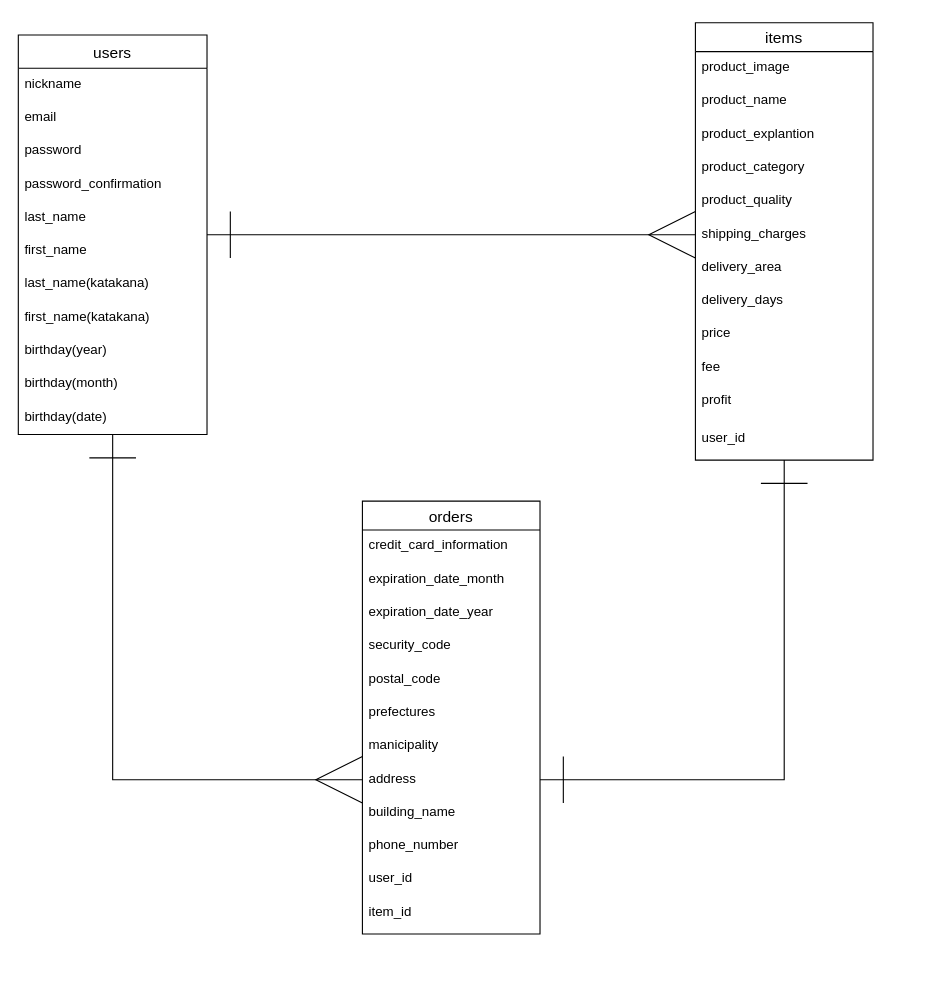
This is DB_design.dio from sam-19950315/furima-33376, a draw.io file, before an edit. Source tidied: cells renumbered, new cells numbered last; positions are measured from the earlier drawing's top-left corner, leaving out a move shared by most shapes. Both pictures are drawn from the tidied source at 111%, with x=0, y=0 at pixel (18, 22).
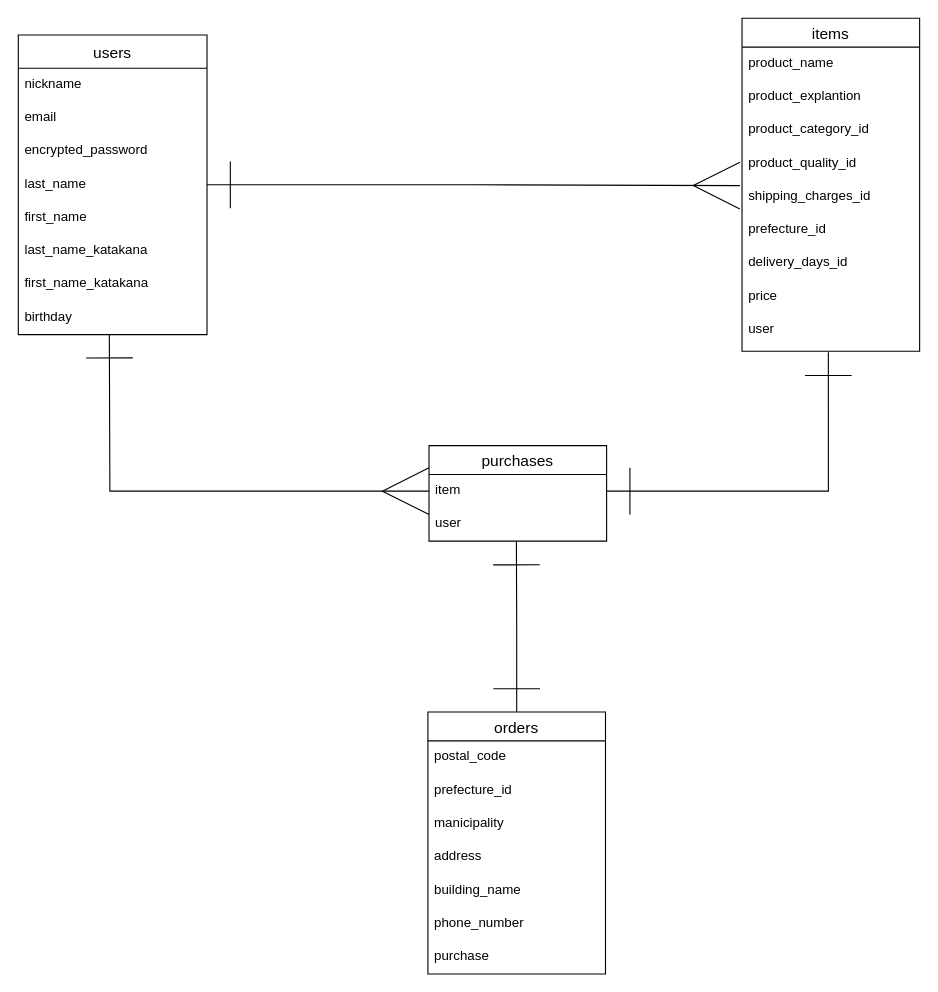
After the change.

Commit message (it also covers changes not shown here):
DB設計修正版

Change to the diagram source:
```diff
@@
-    <mxCell id="2" style="edgeStyle=orthogonalEdgeStyle;rounded=0;jettySize=auto;html=1;entryX=0;entryY=0.5;entryDx=0;entryDy=0;startArrow=ERone;startFill=0;endArrow=ERmany;endFill=0;jumpSize=18;endSize=40;startSize=40;" parent="1" edge="1" source="4" target="23">
-      <mxGeometry relative="1" as="geometry">
-        <Array as="points">
-          <mxPoint x="556" y="191" />
-          <mxPoint x="556" y="191" />
-        </Array>
-      </mxGeometry>
-    </mxCell>
-    <mxCell id="3" style="edgeStyle=orthogonalEdgeStyle;rounded=0;jumpSize=18;jettySize=auto;html=1;entryX=0;entryY=0.5;entryDx=0;entryDy=0;startArrow=ERone;startFill=0;startSize=40;endArrow=ERmany;endFill=0;endSize=40;" parent="1" edge="1" source="4" target="38">
-      <mxGeometry relative="1" as="geometry" />
-    </mxCell>
     <mxCell id="4" value="users" style="swimlane;fontStyle=0;horizontal=1;startSize=30;align=center;fontSize=14;" parent="1" vertex="1">
-      <mxGeometry y="11" width="170" height="360" as="geometry" />
+      <mxGeometry y="11" width="170" height="270" as="geometry" />
     </mxCell>
@@
-    <mxCell id="7" value="password" style="text;strokeColor=none;fillColor=none;spacingLeft=4;spacingRight=4;overflow=hidden;fontSize=12;" parent="4" vertex="1">
+    <mxCell id="7" value="encrypted_password" style="text;strokeColor=none;fillColor=none;spacingLeft=4;spacingRight=4;overflow=hidden;fontSize=12;" parent="4" vertex="1">
       <mxGeometry y="90" width="170" height="30" as="geometry" />
     </mxCell>
-    <mxCell id="8" value="password_confirmation" style="text;strokeColor=none;fillColor=none;spacingLeft=4;spacingRight=4;overflow=hidden;fontSize=12;" parent="4" vertex="1">
-      <mxGeometry y="120" width="170" height="30" as="geometry" />
-    </mxCell>
     <mxCell id="9" value="last_name" style="text;strokeColor=none;fillColor=none;spacingLeft=4;spacingRight=4;overflow=hidden;points=[[0,0.5],[1,0.5]];portConstraint=eastwest;fontSize=12;" parent="4" vertex="1">
-      <mxGeometry y="150" width="170" height="30" as="geometry" />
+      <mxGeometry y="120" width="170" height="30" as="geometry" />
     </mxCell>
     <mxCell id="10" value="first_name" style="text;strokeColor=none;fillColor=none;spacingLeft=4;spacingRight=4;overflow=hidden;fontSize=12;" parent="4" vertex="1">
-      <mxGeometry y="180" width="170" height="30" as="geometry" />
+      <mxGeometry y="150" width="170" height="30" as="geometry" />
     </mxCell>
-    <mxCell id="11" value="last_name(katakana)" style="text;strokeColor=none;fillColor=none;spacingLeft=4;spacingRight=4;overflow=hidden;fontSize=12;" parent="4" vertex="1">
-      <mxGeometry y="210" width="170" height="30" as="geometry" />
+    <mxCell id="11" value="last_name_katakana" style="text;strokeColor=none;fillColor=none;spacingLeft=4;spacingRight=4;overflow=hidden;fontSize=12;" parent="4" vertex="1">
+      <mxGeometry y="180" width="170" height="30" as="geometry" />
     </mxCell>
-    <mxCell id="12" value="first_name(katakana)" style="text;strokeColor=none;fillColor=none;spacingLeft=4;spacingRight=4;overflow=hidden;fontSize=12;" parent="4" vertex="1">
-      <mxGeometry y="240" width="170" height="30" as="geometry" />
+    <mxCell id="12" value="first_name_katakana" style="text;strokeColor=none;fillColor=none;spacingLeft=4;spacingRight=4;overflow=hidden;fontSize=12;" parent="4" vertex="1">
+      <mxGeometry y="210" width="170" height="30" as="geometry" />
     </mxCell>
-    <mxCell id="13" value="birthday(year)" style="text;strokeColor=none;fillColor=none;spacingLeft=4;spacingRight=4;overflow=hidden;fontSize=12;" parent="4" vertex="1">
-      <mxGeometry y="270" width="170" height="30" as="geometry" />
+    <mxCell id="13" value="birthday" style="text;strokeColor=none;fillColor=none;spacingLeft=4;spacingRight=4;overflow=hidden;fontSize=12;" parent="4" vertex="1">
+      <mxGeometry y="240" width="170" height="30" as="geometry" />
     </mxCell>
-    <mxCell id="14" value="birthday(month)" style="text;strokeColor=none;fillColor=none;spacingLeft=4;spacingRight=4;overflow=hidden;fontSize=12;" parent="4" vertex="1">
-      <mxGeometry y="300" width="170" height="30" as="geometry" />
-    </mxCell>
-    <mxCell id="15" value="birthday(date)" style="text;strokeColor=none;fillColor=none;spacingLeft=4;spacingRight=4;overflow=hidden;fontSize=12;" parent="4" vertex="1">
-      <mxGeometry y="330" width="170" height="30" as="geometry" />
-    </mxCell>
-    <mxCell id="16" style="edgeStyle=orthogonalEdgeStyle;rounded=0;jumpSize=18;jettySize=auto;html=1;entryX=1;entryY=0.5;entryDx=0;entryDy=0;startArrow=ERone;startFill=0;startSize=40;endArrow=ERone;endFill=0;endSize=40;" parent="1" edge="1" source="17" target="38">
-      <mxGeometry relative="1" as="geometry" />
-    </mxCell>
+    <mxCell id="43" style="edgeStyle=orthogonalEdgeStyle;rounded=0;jettySize=auto;html=1;entryX=1;entryY=0.5;entryDx=0;entryDy=0;startArrow=ERone;startFill=0;startSize=40;endArrow=ERone;endFill=0;endSize=40;exitX=0.486;exitY=1.022;exitDx=0;exitDy=0;exitPerimeter=0;" parent="1" edge="1" source="29" target="47">
+      <mxGeometry relative="1" as="geometry" />
+    </mxCell>
     <mxCell id="17" value="items" style="swimlane;fontStyle=0;horizontal=1;startSize=26;align=center;fontSize=14;" parent="1" vertex="1">
-      <mxGeometry x="610" width="160" height="394" as="geometry" />
+      <mxGeometry x="652" y="-4" width="160" height="300" as="geometry" />
     </mxCell>
-    <mxCell id="18" value="product_image" style="text;strokeColor=none;fillColor=none;spacingLeft=4;spacingRight=4;overflow=hidden;fontSize=12;" parent="17" vertex="1">
-      <mxGeometry y="26" width="160" height="30" as="geometry" />
-    </mxCell>
     <mxCell id="19" value="product_name" style="text;strokeColor=none;fillColor=none;spacingLeft=4;spacingRight=4;overflow=hidden;fontSize=12;" parent="17" vertex="1">
-      <mxGeometry y="56" width="160" height="30" as="geometry" />
+      <mxGeometry y="26" width="160" height="30" as="geometry" />
     </mxCell>
     <mxCell id="20" value="product_explantion" style="text;strokeColor=none;fillColor=none;spacingLeft=4;spacingRight=4;overflow=hidden;fontSize=12;" parent="17" vertex="1">
-      <mxGeometry y="86" width="160" height="30" as="geometry" />
+      <mxGeometry y="56" width="160" height="30" as="geometry" />
     </mxCell>
-    <mxCell id="21" value="product_category" style="text;strokeColor=none;fillColor=none;spacingLeft=4;spacingRight=4;overflow=hidden;fontSize=12;" parent="17" vertex="1">
-      <mxGeometry y="116" width="160" height="30" as="geometry" />
+    <mxCell id="21" value="product_category_id" style="text;strokeColor=none;fillColor=none;spacingLeft=4;spacingRight=4;overflow=hidden;fontSize=12;" parent="17" vertex="1">
+      <mxGeometry y="86" width="160" height="30" as="geometry" />
     </mxCell>
-    <mxCell id="22" value="product_quality" style="text;strokeColor=none;fillColor=none;spacingLeft=4;spacingRight=4;overflow=hidden;fontSize=12;" parent="17" vertex="1">
-      <mxGeometry y="146" width="160" height="30" as="geometry" />
+    <mxCell id="22" value="product_quality_id" style="text;strokeColor=none;fillColor=none;spacingLeft=4;spacingRight=4;overflow=hidden;fontSize=12;" parent="17" vertex="1">
+      <mxGeometry y="116" width="160" height="30" as="geometry" />
     </mxCell>
-    <mxCell id="23" value="shipping_charges" style="text;strokeColor=none;fillColor=none;spacingLeft=4;spacingRight=4;overflow=hidden;points=[[0,0.5],[1,0.5]];portConstraint=eastwest;fontSize=12;" parent="17" vertex="1">
-      <mxGeometry y="176" width="160" height="30" as="geometry" />
+    <mxCell id="23" value="shipping_charges_id" style="text;strokeColor=none;fillColor=none;spacingLeft=4;spacingRight=4;overflow=hidden;points=[[0,0.5],[1,0.5]];portConstraint=eastwest;fontSize=12;" parent="17" vertex="1">
+      <mxGeometry y="146" width="160" height="30" as="geometry" />
     </mxCell>
-    <mxCell id="24" value="delivery_area" style="text;strokeColor=none;fillColor=none;spacingLeft=4;spacingRight=4;overflow=hidden;fontSize=12;" parent="17" vertex="1">
-      <mxGeometry y="206" width="160" height="30" as="geometry" />
+    <mxCell id="24" value="prefecture_id" style="text;strokeColor=none;fillColor=none;spacingLeft=4;spacingRight=4;overflow=hidden;fontSize=12;" parent="17" vertex="1">
+      <mxGeometry y="176" width="160" height="30" as="geometry" />
     </mxCell>
-    <mxCell id="25" value="delivery_days" style="text;strokeColor=none;fillColor=none;spacingLeft=4;spacingRight=4;overflow=hidden;fontSize=12;" parent="17" vertex="1">
-      <mxGeometry y="236" width="160" height="30" as="geometry" />
+    <mxCell id="25" value="delivery_days_id" style="text;strokeColor=none;fillColor=none;spacingLeft=4;spacingRight=4;overflow=hidden;fontSize=12;" parent="17" vertex="1">
+      <mxGeometry y="206" width="160" height="30" as="geometry" />
     </mxCell>
     <mxCell id="26" value="price" style="text;strokeColor=none;fillColor=none;spacingLeft=4;spacingRight=4;overflow=hidden;fontSize=12;" parent="17" vertex="1">
-      <mxGeometry y="266" width="160" height="30" as="geometry" />
+      <mxGeometry y="236" width="160" height="30" as="geometry" />
     </mxCell>
-    <mxCell id="27" value="fee" style="text;strokeColor=none;fillColor=none;spacingLeft=4;spacingRight=4;overflow=hidden;fontSize=12;" parent="17" vertex="1">
-      <mxGeometry y="296" width="160" height="30" as="geometry" />
-    </mxCell>
-    <mxCell id="28" value="profit" style="text;strokeColor=none;fillColor=none;spacingLeft=4;spacingRight=4;overflow=hidden;fontSize=12;" parent="17" vertex="1">
-      <mxGeometry y="326" width="160" height="34" as="geometry" />
-    </mxCell>
-    <mxCell id="29" value="user_id" style="text;strokeColor=none;fillColor=none;spacingLeft=4;spacingRight=4;overflow=hidden;points=[[0,0.5],[1,0.5]];portConstraint=eastwest;fontSize=12;" parent="17" vertex="1">
-      <mxGeometry y="360" width="160" height="34" as="geometry" />
+    <mxCell id="29" value="user" style="text;strokeColor=none;fillColor=none;spacingLeft=4;spacingRight=4;overflow=hidden;points=[[0,0.5],[1,0.5]];portConstraint=eastwest;fontSize=12;" parent="17" vertex="1">
+      <mxGeometry y="266" width="160" height="34" as="geometry" />
     </mxCell>
     <mxCell id="30" value="orders" style="swimlane;fontStyle=0;horizontal=1;startSize=26;align=center;fontSize=14;" parent="1" vertex="1">
-      <mxGeometry x="310" y="431" width="160" height="390" as="geometry" />
+      <mxGeometry x="369" y="621" width="160" height="236" as="geometry" />
     </mxCell>
-    <mxCell id="31" value="credit_card_information" style="text;strokeColor=none;fillColor=none;spacingLeft=4;spacingRight=4;overflow=hidden;fontSize=12;" parent="30" vertex="1">
-      <mxGeometry y="26" width="160" height="30" as="geometry" />
-    </mxCell>
-    <mxCell id="32" value="expiration_date_month" style="text;strokeColor=none;fillColor=none;spacingLeft=4;spacingRight=4;overflow=hidden;fontSize=12;" parent="30" vertex="1">
-      <mxGeometry y="56" width="160" height="30" as="geometry" />
-    </mxCell>
-    <mxCell id="33" value="expiration_date_year" style="text;strokeColor=none;fillColor=none;spacingLeft=4;spacingRight=4;overflow=hidden;fontSize=12;" parent="30" vertex="1">
-      <mxGeometry y="86" width="160" height="30" as="geometry" />
-    </mxCell>
-    <mxCell id="34" value="security_code" style="text;strokeColor=none;fillColor=none;spacingLeft=4;spacingRight=4;overflow=hidden;fontSize=12;" parent="30" vertex="1">
-      <mxGeometry y="116" width="160" height="30" as="geometry" />
-    </mxCell>
     <mxCell id="35" value="postal_code" style="text;strokeColor=none;fillColor=none;spacingLeft=4;spacingRight=4;overflow=hidden;fontSize=12;" parent="30" vertex="1">
-      <mxGeometry y="146" width="160" height="30" as="geometry" />
+      <mxGeometry y="26" width="160" height="30" as="geometry" />
     </mxCell>
-    <mxCell id="36" value="prefectures" style="text;strokeColor=none;fillColor=none;spacingLeft=4;spacingRight=4;overflow=hidden;fontSize=12;" parent="30" vertex="1">
-      <mxGeometry y="176" width="160" height="30" as="geometry" />
+    <mxCell id="36" value="prefecture_id" style="text;strokeColor=none;fillColor=none;spacingLeft=4;spacingRight=4;overflow=hidden;fontSize=12;" parent="30" vertex="1">
+      <mxGeometry y="56" width="160" height="30" as="geometry" />
     </mxCell>
     <mxCell id="37" value="manicipality" style="text;strokeColor=none;fillColor=none;spacingLeft=4;spacingRight=4;overflow=hidden;fontSize=12;" parent="30" vertex="1">
-      <mxGeometry y="206" width="160" height="30" as="geometry" />
+      <mxGeometry y="86" width="160" height="30" as="geometry" />
     </mxCell>
     <mxCell id="38" value="address" style="text;strokeColor=none;fillColor=none;spacingLeft=4;spacingRight=4;overflow=hidden;points=[[0,0.5],[1,0.5]];portConstraint=eastwest;fontSize=12;" parent="30" vertex="1">
-      <mxGeometry y="236" width="160" height="30" as="geometry" />
+      <mxGeometry y="116" width="160" height="30" as="geometry" />
     </mxCell>
     <mxCell id="39" value="building_name" style="text;strokeColor=none;fillColor=none;spacingLeft=4;spacingRight=4;overflow=hidden;fontSize=12;" parent="30" vertex="1">
-      <mxGeometry y="266" width="160" height="30" as="geometry" />
+      <mxGeometry y="146" width="160" height="30" as="geometry" />
     </mxCell>
     <mxCell id="40" value="phone_number" style="text;strokeColor=none;fillColor=none;spacingLeft=4;spacingRight=4;overflow=hidden;fontSize=12;" parent="30" vertex="1">
-      <mxGeometry y="296" width="160" height="30" as="geometry" />
+      <mxGeometry y="176" width="160" height="30" as="geometry" />
     </mxCell>
-    <mxCell id="41" value="user_id" style="text;strokeColor=none;fillColor=none;spacingLeft=4;spacingRight=4;overflow=hidden;fontSize=12;" parent="30" vertex="1">
-      <mxGeometry y="326" width="160" height="30" as="geometry" />
-    </mxCell>
-    <mxCell id="42" value="item_id" style="text;strokeColor=none;fillColor=none;spacingLeft=4;spacingRight=4;overflow=hidden;fontSize=12;" parent="30" vertex="1">
-      <mxGeometry y="356" width="160" height="34" as="geometry" />
-    </mxCell>
+    <mxCell id="44" value="purchase" style="text;strokeColor=none;fillColor=none;spacingLeft=4;spacingRight=4;overflow=hidden;fontSize=12;" parent="30" vertex="1">
+      <mxGeometry y="206" width="160" height="30" as="geometry" />
+    </mxCell>
+    <mxCell id="45" style="edgeStyle=orthogonalEdgeStyle;rounded=0;jettySize=auto;html=1;exitX=1;exitY=0.5;exitDx=0;exitDy=0;entryX=-0.012;entryY=0.157;entryDx=0;entryDy=0;entryPerimeter=0;endArrow=ERmany;endFill=0;startArrow=ERone;startFill=0;endSize=40;startSize=40;" parent="1" edge="1" source="9" target="23">
+      <mxGeometry relative="1" as="geometry">
+        <Array as="points">
+          <mxPoint x="411" y="147" />
+        </Array>
+      </mxGeometry>
+    </mxCell>
+    <mxCell id="46" value="purchases" style="swimlane;fontStyle=0;horizontal=1;startSize=26;align=center;fontSize=14;" parent="1" vertex="1">
+      <mxGeometry x="370" y="381" width="160" height="86" as="geometry" />
+    </mxCell>
+    <mxCell id="47" value="item" style="text;strokeColor=none;fillColor=none;spacingLeft=4;spacingRight=4;overflow=hidden;points=[[0,0.5],[1,0.5]];portConstraint=eastwest;fontSize=12;" parent="46" vertex="1">
+      <mxGeometry y="26" width="160" height="30" as="geometry" />
+    </mxCell>
+    <mxCell id="48" value="user" style="text;strokeColor=none;fillColor=none;spacingLeft=4;spacingRight=4;overflow=hidden;points=[[0,0.5],[1,0.5]];portConstraint=eastwest;fontSize=12;" parent="46" vertex="1">
+      <mxGeometry y="56" width="160" height="30" as="geometry" />
+    </mxCell>
+    <mxCell id="49" style="edgeStyle=orthogonalEdgeStyle;rounded=0;jettySize=auto;html=1;entryX=0;entryY=0.5;entryDx=0;entryDy=0;startArrow=ERone;startFill=0;startSize=40;endArrow=ERmany;endFill=0;endSize=40;" parent="1" edge="1" target="47">
+      <mxGeometry relative="1" as="geometry">
+        <mxPoint x="82" y="281" as="sourcePoint" />
+      </mxGeometry>
+    </mxCell>
+    <mxCell id="50" style="edgeStyle=orthogonalEdgeStyle;rounded=0;jettySize=auto;html=1;exitX=0.5;exitY=0;exitDx=0;exitDy=0;entryX=0.492;entryY=1.012;entryDx=0;entryDy=0;entryPerimeter=0;startArrow=ERone;startFill=0;startSize=40;endArrow=ERone;endFill=0;endSize=40;" parent="1" edge="1" source="30" target="48">
+      <mxGeometry relative="1" as="geometry" />
+    </mxCell>
```
